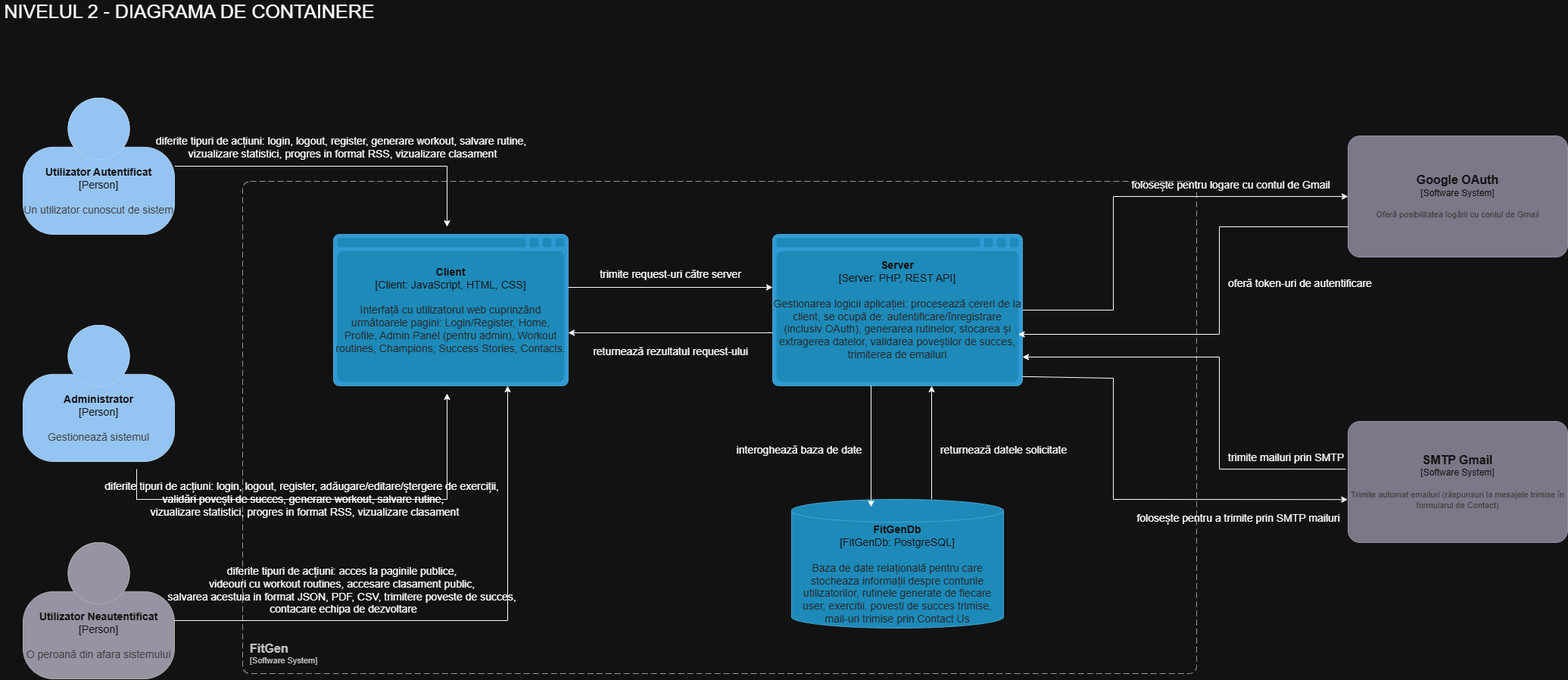
This is C4_diagrams/nivelul2.png from A-2WorkoutWebGenerator/A-2WorkoutWebGenerator, a draw.io export, as it was before one commit. Source tidied: cells renumbered, new cells last; positions are measured from the earlier drawing's top-left corner, leaving out a move shared by most shapes. Its diagram source:
```xml
<mxGraphModel>
  <root>
    <mxCell id="0" />
    <mxCell id="1" parent="0" />
    <mxCell id="2" value="NIVELUL 2 - DIAGRAMA DE CONTAINERE" style="text;html=1;align=center;verticalAlign=middle;whiteSpace=wrap;rounded=0;fontSize=25;" parent="1" vertex="1">
      <mxGeometry width="500" height="30" as="geometry" />
    </mxCell>
    <object id="3" label="&lt;font style=&quot;font-size: 16px&quot;&gt;&lt;b&gt;&lt;div style=&quot;text-align: left&quot;&gt;%c4Name%&lt;/div&gt;&lt;/b&gt;&lt;/font&gt;&lt;div style=&quot;text-align: left&quot;&gt;[%c4Application%]&lt;/div&gt;" c4Application="Software System" c4Name="FitGen" c4Type="SystemScopeBoundary" placeholders="1">
      <mxCell style="rounded=1;fontSize=11;whiteSpace=wrap;html=1;dashed=1;arcSize=20;fillColor=none;strokeColor=#666666;fontColor=#333333;labelBackgroundColor=none;align=left;verticalAlign=bottom;labelBorderColor=none;spacingTop=0;spacing=10;dashPattern=8 4;perimeter=rectanglePerimeter;noLabel=0;labelPadding=0;absoluteArcSize=1;" parent="1" vertex="1">
        <mxGeometry x="320" y="240" width="1260" height="650" as="geometry" />
      </mxCell>
    </object>
    <object id="4" label="&lt;font&gt;&lt;b&gt;%c4Name%&lt;/b&gt;&lt;/font&gt;&lt;div&gt;[%c4Type%]&lt;/div&gt;&lt;br&gt;&lt;div&gt;&lt;font&gt;&lt;font color=&quot;#cccccc&quot;&gt;%c4Description%&lt;/font&gt;&lt;/font&gt;&lt;/div&gt;" c4Description="Un utilizator cunoscut de sistem&#10;" c4Name="Utilizator Autentificat" c4Type="Person" placeholders="1">
      <mxCell style="html=1;fontSize=14;dashed=0;whiteSpace=wrap;fillColor=#083F75;strokeColor=#06315C;fontColor=#ffffff;shape=mxgraph.c4.person2;align=center;points=[[0.5,0,0],[1,0.5,0],[1,0.75,0],[0.75,1,0],[0.5,1,0],[0.25,1,0],[0,0.75,0],[0,0.5,0]];" parent="1" vertex="1">
        <mxGeometry x="30" y="130" width="200" height="180" as="geometry" />
      </mxCell>
    </object>
    <object id="5" label="&lt;font&gt;&lt;b&gt;%c4Name%&lt;/b&gt;&lt;/font&gt;&lt;div&gt;[%c4Type%]&lt;/div&gt;&lt;br&gt;&lt;div&gt;&lt;font&gt;&lt;font color=&quot;#cccccc&quot;&gt;%c4Description%&lt;/font&gt;&lt;/font&gt;&lt;/div&gt;" c4Description="Gestionează sistemul" c4Name="Administrator" c4Type="Person" placeholders="1">
      <mxCell style="html=1;fontSize=14;dashed=0;whiteSpace=wrap;fillColor=#083F75;strokeColor=#06315C;fontColor=#ffffff;shape=mxgraph.c4.person2;align=center;" parent="1" vertex="1">
        <mxGeometry x="30" y="430" width="200" height="180" as="geometry" />
      </mxCell>
    </object>
    <object id="6" label="&lt;font&gt;&lt;b&gt;%c4Name%&lt;/b&gt;&lt;/font&gt;&lt;div&gt;[%c4Type%]&lt;/div&gt;&lt;br&gt;&lt;div&gt;&lt;font&gt;&lt;font color=&quot;#cccccc&quot;&gt;%c4Description%&lt;/font&gt;&lt;/font&gt;&lt;/div&gt;" c4Description="O peroană din afara sistemului" c4Name="Utilizator Neautentificat" c4Type="Person" placeholders="1">
      <mxCell style="html=1;fontSize=14;dashed=0;whiteSpace=wrap;fillColor=#6C6477;strokeColor=#4D4D4D;fontColor=#ffffff;shape=mxgraph.c4.person2;align=center;" parent="1" vertex="1">
        <mxGeometry x="30" y="717" width="200" height="180" as="geometry" />
      </mxCell>
    </object>
    <object id="7" label="&lt;font&gt;&lt;b&gt;%c4Name%&lt;/b&gt;&lt;/font&gt;&lt;div&gt;[%c4Type%:&amp;nbsp;%c4Technology%]&lt;/div&gt;&lt;br&gt;&lt;div&gt;&lt;font&gt;&lt;font color=&quot;#E6E6E6&quot;&gt;%c4Description%&lt;/font&gt;&lt;/font&gt;&lt;/div&gt;" c4Description="Interfață cu utilizatorul web cuprinzând următoarele pagini: Login/Register, Home, Profile, Admin Panel (pentru admin), Workout routines, Champions, Success Stories, Contacts." c4Name="Client" c4Technology="JavaScript, HTML, CSS" c4Type="Client" placeholders="1">
      <mxCell style="shape=mxgraph.c4.webBrowserContainer2;whiteSpace=wrap;html=1;boundedLbl=1;rounded=0;labelBackgroundColor=none;strokeColor=#118ACD;fillColor=#23A2D9;strokeColor=#118ACD;strokeColor2=#0E7DAD;fontSize=14;fontColor=#ffffff;align=center;" parent="1" vertex="1">
        <mxGeometry x="440" y="310" width="310" height="200" as="geometry" />
      </mxCell>
    </object>
    <object id="8" label="&lt;font&gt;&lt;b&gt;%c4Name%&lt;/b&gt;&lt;/font&gt;&lt;div&gt;[%c4Type%:&amp;nbsp;%c4Technology%]&lt;/div&gt;&lt;br&gt;&lt;div&gt;&lt;font&gt;&lt;font color=&quot;#E6E6E6&quot;&gt;%c4Description%&lt;/font&gt;&lt;/font&gt;&lt;/div&gt;" c4Description="Gestionarea logicii aplicației: procesează cereri de la client, se ocupă de: autentificare/înregistrare (inclusiv OAuth), generarea rutinelor, stocarea și extragerea datelor, validarea poveștilor de succes, trimiterea de emailuri" c4Name="Server" c4Technology="PHP, REST API" c4Type="Server" placeholders="1">
      <mxCell style="shape=mxgraph.c4.webBrowserContainer2;whiteSpace=wrap;html=1;boundedLbl=1;rounded=0;labelBackgroundColor=none;strokeColor=#118ACD;fillColor=#23A2D9;strokeColor=#118ACD;strokeColor2=#0E7DAD;fontSize=14;fontColor=#ffffff;align=center;points=[[0.5,0,0],[1,0.25,0],[1,0.5,0],[1,0.75,0],[0.5,1,0],[0,0.75,0],[0,0.5,0],[0,0.25,0]];" parent="1" vertex="1">
        <mxGeometry x="1020" y="310" width="330" height="200" as="geometry" />
      </mxCell>
    </object>
    <object id="9" label="&lt;font&gt;&lt;b&gt;%c4Name%&lt;/b&gt;&lt;/font&gt;&lt;div&gt;[%c4Type%:&amp;nbsp;%c4Technology%]&lt;/div&gt;&lt;br&gt;&lt;div&gt;&lt;font&gt;&lt;font color=&quot;#E6E6E6&quot;&gt;%c4Description%&lt;/font&gt;&lt;/font&gt;&lt;/div&gt;" c4Description="Baza de date relațională pentru care stocheaza informații despre conturile utilizatorilor, rutinele generate de fiecare user, exercitii, povesti de succes trimise, mail-uri trimise prin Contact Us" c4Name="FitGenDb" c4Technology="PostgreSQL" c4Type="FitGenDb" placeholders="1">
      <mxCell style="shape=cylinder3;size=15;whiteSpace=wrap;html=1;boundedLbl=1;rounded=0;labelBackgroundColor=none;fillColor=#23A2D9;fontSize=14;fontColor=#ffffff;align=center;strokeColor=#0E7DAD;" parent="1" vertex="1">
        <mxGeometry x="1045" y="660" width="280" height="170" as="geometry" />
      </mxCell>
    </object>
    <mxCell id="10" style="endArrow=classic;html=1;rounded=0;" parent="1" edge="1">
      <mxGeometry relative="1" as="geometry">
        <mxPoint x="750" y="380" as="sourcePoint" />
        <mxPoint x="1020" y="380" as="targetPoint" />
      </mxGeometry>
    </mxCell>
    <mxCell id="11" style="endArrow=classic;html=1;rounded=0;" parent="1" edge="1">
      <mxGeometry relative="1" as="geometry">
        <mxPoint x="1020" y="440" as="sourcePoint" />
        <mxPoint x="750" y="440" as="targetPoint" />
      </mxGeometry>
    </mxCell>
    <mxCell id="12" value="&lt;font style=&quot;font-size: 14px;&quot;&gt;trimite request-uri către server&lt;/font&gt;" style="text;html=1;align=center;verticalAlign=middle;strokeColor=none;fillColor=none;" parent="1" vertex="1">
      <mxGeometry x="780" y="348" width="210" height="30" as="geometry" />
    </mxCell>
    <mxCell id="13" value="&lt;font style=&quot;font-size: 14px;&quot;&gt;returnează rezultatul request-ului&lt;/font&gt;" style="text;html=1;align=center;verticalAlign=middle;strokeColor=none;fillColor=none;" parent="1" vertex="1">
      <mxGeometry x="770" y="450" width="230" height="30" as="geometry" />
    </mxCell>
    <mxCell id="14" style="endArrow=classic;html=1;rounded=0;" parent="1" edge="1">
      <mxGeometry relative="1" as="geometry">
        <mxPoint x="1150" y="510" as="sourcePoint" />
        <mxPoint x="1150" y="670" as="targetPoint" />
      </mxGeometry>
    </mxCell>
    <mxCell id="15" style="endArrow=classic;html=1;rounded=0;" parent="1" edge="1">
      <mxGeometry relative="1" as="geometry">
        <mxPoint x="1230" y="660" as="sourcePoint" />
        <mxPoint x="1230" y="510" as="targetPoint" />
      </mxGeometry>
    </mxCell>
    <mxCell id="16" value="&lt;font style=&quot;font-size: 14px;&quot;&gt;interoghează baza de date&lt;/font&gt;" style="text;html=1;align=center;verticalAlign=middle;strokeColor=none;fillColor=none;" parent="1" vertex="1">
      <mxGeometry x="960" y="580" width="190" height="30" as="geometry" />
    </mxCell>
    <mxCell id="17" value="&lt;font style=&quot;font-size: 14px;&quot;&gt;returnează datele solicitate&lt;/font&gt;" style="text;html=1;align=center;verticalAlign=middle;strokeColor=none;fillColor=none;" parent="1" vertex="1">
      <mxGeometry x="1230" y="580" width="190" height="30" as="geometry" />
    </mxCell>
    <mxCell id="18" style="endArrow=classic;html=1;rounded=0;exitX=1;exitY=0.5;exitDx=0;exitDy=0;exitPerimeter=0;" parent="1" edge="1" source="4">
      <mxGeometry relative="1" as="geometry">
        <mxPoint x="590" y="300" as="targetPoint" />
        <Array as="points">
          <mxPoint x="590" y="220" />
        </Array>
      </mxGeometry>
    </mxCell>
    <mxCell id="19" value="&lt;font style=&quot;font-size: 14px;&quot;&gt;diferite tipuri de acțiuni: login, logout, register,&lt;/font&gt;&lt;span style=&quot;font-size: 14px; background-color: transparent; color: light-dark(rgb(0, 0, 0), rgb(255, 255, 255));&quot;&gt;&amp;nbsp;generare workout, salvare rutine,&lt;/span&gt;&lt;div&gt;&lt;div&gt;&lt;font style=&quot;font-size: 14px;&quot;&gt;&amp;nbsp;vizualizare statistici, progres in format RSS, vizualizare clasament&lt;/font&gt;&lt;/div&gt;&lt;/div&gt;" style="text;html=1;align=center;verticalAlign=middle;strokeColor=none;fillColor=none;" parent="1" vertex="1">
      <mxGeometry x="195" y="170" width="510" height="50" as="geometry" />
    </mxCell>
    <mxCell id="20" style="endArrow=classic;html=1;rounded=0;" parent="1" edge="1">
      <mxGeometry relative="1" as="geometry">
        <mxPoint x="180" y="620" as="sourcePoint" />
        <mxPoint x="590" y="520" as="targetPoint" />
        <Array as="points">
          <mxPoint x="180" y="660" />
          <mxPoint x="590" y="660" />
        </Array>
      </mxGeometry>
    </mxCell>
    <mxCell id="21" value="&lt;font style=&quot;font-size: 14px;&quot;&gt;diferite tipuri de acțiuni: login, logout, register, adăugare/editare/ștergere de exerciții,&amp;nbsp;&lt;/font&gt;&lt;div&gt;&lt;font style=&quot;font-size: 14px;&quot;&gt;validări povești de succes, generare workout, salvare rutine,&lt;/font&gt;&lt;div&gt;&lt;font style=&quot;font-size: 14px;&quot;&gt;&amp;nbsp;vizualizare statistici, progres in format RSS, vizualizare clasament&lt;/font&gt;&lt;/div&gt;&lt;/div&gt;" style="text;html=1;align=center;verticalAlign=middle;strokeColor=none;fillColor=none;" parent="1" vertex="1">
      <mxGeometry x="230" y="630" width="340" height="60" as="geometry" />
    </mxCell>
    <mxCell id="22" style="endArrow=classic;html=1;rounded=0;" parent="1" edge="1">
      <mxGeometry relative="1" as="geometry">
        <mxPoint x="230" y="820" as="sourcePoint" />
        <mxPoint x="670" y="510" as="targetPoint" />
        <Array as="points">
          <mxPoint x="670" y="820" />
        </Array>
      </mxGeometry>
    </mxCell>
    <mxCell id="23" value="&lt;font style=&quot;font-size: 14px;&quot;&gt;diferite tipuri de acțiuni: acces la paginile publice,&amp;nbsp;&lt;/font&gt;&lt;div&gt;&lt;font style=&quot;font-size: 14px;&quot;&gt;videouri cu workout routines, accesare clasament public,&amp;nbsp;&lt;/font&gt;&lt;div&gt;&lt;font style=&quot;font-size: 14px;&quot;&gt;salvarea acestuia in format JSON, PDF, CSV, trimitere poveste de succes,&amp;nbsp;&lt;/font&gt;&lt;/div&gt;&lt;div&gt;&lt;font style=&quot;font-size: 14px;&quot;&gt;contacare echipa de dezvoltare&lt;/font&gt;&lt;/div&gt;&lt;/div&gt;" style="text;html=1;align=center;verticalAlign=middle;strokeColor=none;fillColor=none;" parent="1" vertex="1">
      <mxGeometry x="230" y="740" width="445" height="80" as="geometry" />
    </mxCell>
    <object id="24" label="&lt;font style=&quot;font-size: 16px&quot;&gt;&lt;b&gt;%c4Name%&lt;/b&gt;&lt;/font&gt;&lt;div&gt;[%c4Type%]&lt;/div&gt;&lt;br&gt;&lt;div&gt;&lt;font style=&quot;font-size: 11px&quot;&gt;&lt;font color=&quot;#cccccc&quot;&gt;%c4Description%&lt;/font&gt;&lt;/div&gt;" c4Description="Oferă posibilitatea logării cu contul de Gmail" c4Name="Google OAuth" c4Type="Software System" placeholders="1">
      <mxCell style="rounded=1;whiteSpace=wrap;html=1;labelBackgroundColor=none;fillColor=#8C8496;fontColor=#ffffff;align=center;arcSize=10;strokeColor=#736782;points=[[0.25,0,0],[0.5,0,0],[0.75,0,0],[1,0.25,0],[1,0.5,0],[1,0.75,0],[0.75,1,0],[0.5,1,0],[0.25,1,0],[0,0.75,0],[0,0.5,0],[0,0.25,0]];" parent="1" vertex="1">
        <mxGeometry x="1780" y="180" width="290" height="160" as="geometry" />
      </mxCell>
    </object>
    <object id="25" label="&lt;font style=&quot;font-size: 16px&quot;&gt;&lt;b&gt;%c4Name%&lt;/b&gt;&lt;/font&gt;&lt;div&gt;[%c4Type%]&lt;/div&gt;&lt;br&gt;&lt;div&gt;&lt;font style=&quot;font-size: 11px&quot;&gt;&lt;font color=&quot;#cccccc&quot;&gt;%c4Description%&lt;/font&gt;&lt;/div&gt;" c4Description="Trimite automat emailuri (răspunsuri la mesajele trimise în formularul de Contact)" c4Name="SMTP Gmail" c4Type="Software System" placeholders="1">
      <mxCell style="rounded=1;whiteSpace=wrap;html=1;labelBackgroundColor=none;fillColor=#8C8496;fontColor=#ffffff;align=center;arcSize=10;strokeColor=#736782;points=[[0.25,0,0],[0.5,0,0],[0.75,0,0],[1,0.25,0],[1,0.5,0],[1,0.75,0],[0.75,1,0],[0.5,1,0],[0.25,1,0],[0,0.75,0],[0,0.5,0],[0,0.25,0]];" parent="1" vertex="1">
        <mxGeometry x="1780" y="557" width="290" height="160" as="geometry" />
      </mxCell>
    </object>
    <mxCell id="26" style="endArrow=classic;html=1;rounded=0;entryX=0;entryY=0.5;entryDx=0;entryDy=0;entryPerimeter=0;" parent="1" edge="1" target="24">
      <mxGeometry relative="1" as="geometry">
        <mxPoint x="1350" y="410" as="sourcePoint" />
        <Array as="points">
          <mxPoint x="1470" y="410" />
          <mxPoint x="1470" y="260" />
        </Array>
      </mxGeometry>
    </mxCell>
    <mxCell id="27" style="endArrow=classic;html=1;rounded=0;entryX=-0.002;entryY=0.645;entryDx=0;entryDy=0;entryPerimeter=0;" parent="1" edge="1" target="25">
      <mxGeometry relative="1" as="geometry">
        <mxPoint x="1350" y="497.8" as="sourcePoint" />
        <Array as="points">
          <mxPoint x="1470" y="500" />
          <mxPoint x="1470" y="660" />
        </Array>
      </mxGeometry>
    </mxCell>
    <mxCell id="28" value="&lt;font style=&quot;font-size: 14px;&quot;&gt;folosește pentru logare cu contul de Gmail&lt;/font&gt;" style="text;html=1;align=center;verticalAlign=middle;strokeColor=none;fillColor=none;" parent="1" vertex="1">
      <mxGeometry x="1480" y="230" width="290" height="30" as="geometry" />
    </mxCell>
    <mxCell id="29" value="&lt;font style=&quot;font-size: 14px;&quot;&gt;folosește pentru a trimite prin SMTP mailuri&lt;/font&gt;" style="text;html=1;align=center;verticalAlign=middle;strokeColor=none;fillColor=none;" parent="1" vertex="1">
      <mxGeometry x="1490" y="670" width="290" height="30" as="geometry" />
    </mxCell>
    <mxCell id="30" value="&lt;font style=&quot;font-size: 14px;&quot;&gt;oferă token-uri de autentificare&lt;/font&gt;" style="text;whiteSpace=wrap;html=1;" parent="1" vertex="1">
      <mxGeometry x="1620" y="360" width="200" height="40" as="geometry" />
    </mxCell>
    <mxCell id="31" style="endArrow=classic;html=1;rounded=0;exitX=0;exitY=0.75;exitDx=0;exitDy=0;exitPerimeter=0;entryX=0.983;entryY=0.66;entryDx=0;entryDy=0;entryPerimeter=0;" parent="1" edge="1" source="24" target="8">
      <mxGeometry relative="1" as="geometry">
        <Array as="points">
          <mxPoint x="1610" y="300" />
          <mxPoint x="1610" y="442" />
        </Array>
      </mxGeometry>
    </mxCell>
    <mxCell id="32" style="endArrow=classic;html=1;rounded=0;entryX=0.983;entryY=0.66;entryDx=0;entryDy=0;entryPerimeter=0;" parent="1" edge="1">
      <mxGeometry relative="1" as="geometry">
        <mxPoint x="1777" y="620" as="sourcePoint" />
        <mxPoint x="1350" y="472" as="targetPoint" />
        <Array as="points">
          <mxPoint x="1610" y="620" />
          <mxPoint x="1610" y="472" />
        </Array>
      </mxGeometry>
    </mxCell>
    <mxCell id="33" value="&lt;font style=&quot;font-size: 14px;&quot;&gt;trimite mailuri prin SMTP&lt;/font&gt;" style="text;whiteSpace=wrap;html=1;" parent="1" vertex="1">
      <mxGeometry x="1620" y="590" width="200" height="40" as="geometry" />
    </mxCell>
  </root>
</mxGraphModel>
```
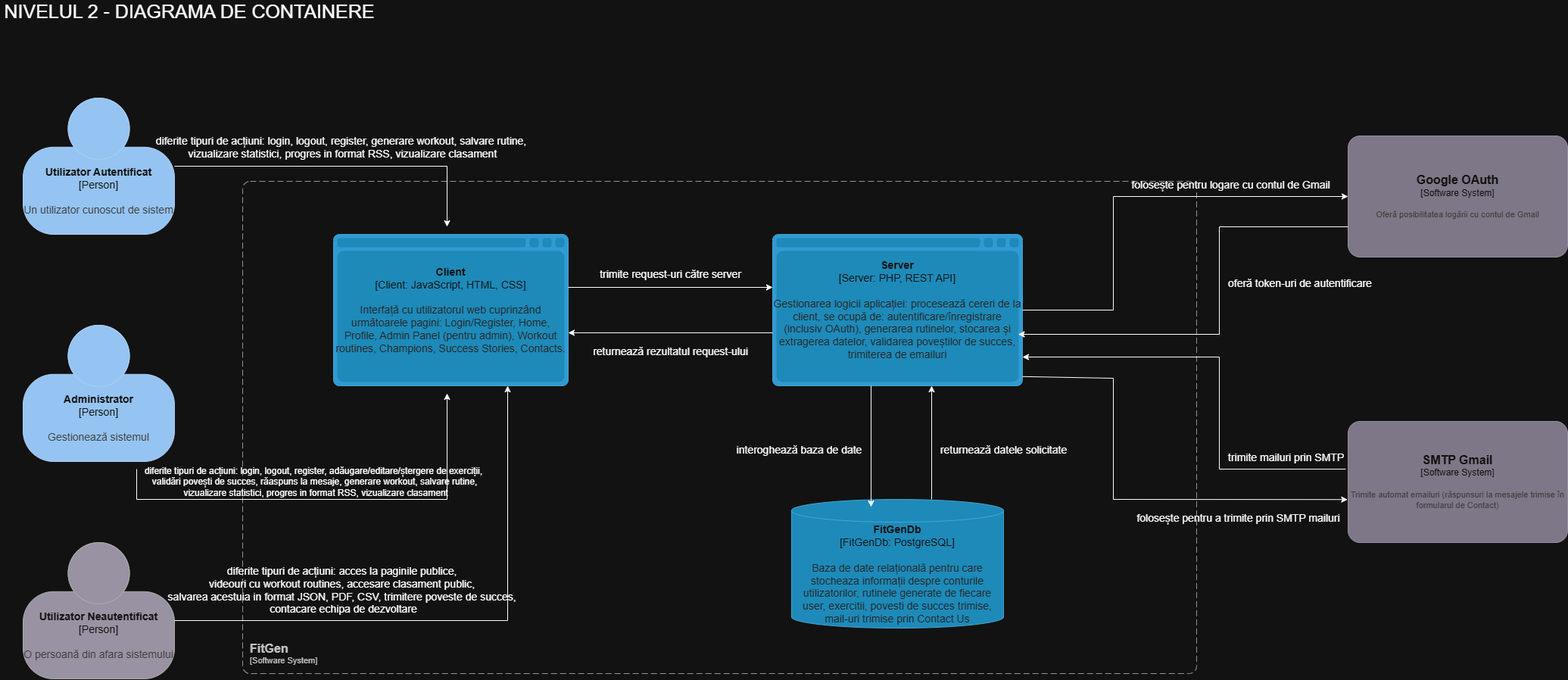
Above is the later version.

Commit message:
diagrama C4 nivelul 2 corectata

Change to the diagram source:
```diff
@@ -20,7 +20,7 @@
         <mxGeometry x="30" y="430" width="200" height="180" as="geometry" />
       </mxCell>
     </object>
-    <object id="6" label="&lt;font&gt;&lt;b&gt;%c4Name%&lt;/b&gt;&lt;/font&gt;&lt;div&gt;[%c4Type%]&lt;/div&gt;&lt;br&gt;&lt;div&gt;&lt;font&gt;&lt;font color=&quot;#cccccc&quot;&gt;%c4Description%&lt;/font&gt;&lt;/font&gt;&lt;/div&gt;" c4Description="O peroană din afara sistemului" c4Name="Utilizator Neautentificat" c4Type="Person" placeholders="1">
+    <object id="6" label="&lt;font&gt;&lt;b&gt;%c4Name%&lt;/b&gt;&lt;/font&gt;&lt;div&gt;[%c4Type%]&lt;/div&gt;&lt;br&gt;&lt;div&gt;&lt;font&gt;&lt;font color=&quot;#cccccc&quot;&gt;%c4Description%&lt;/font&gt;&lt;/font&gt;&lt;/div&gt;" c4Description="O persoană din afara sistemului" c4Name="Utilizator Neautentificat" c4Type="Person" placeholders="1">
       <mxCell style="html=1;fontSize=14;dashed=0;whiteSpace=wrap;fillColor=#6C6477;strokeColor=#4D4D4D;fontColor=#ffffff;shape=mxgraph.c4.person2;align=center;" parent="1" vertex="1">
         <mxGeometry x="30" y="717" width="200" height="180" as="geometry" />
       </mxCell>
@@ -97,8 +97,8 @@
         </Array>
       </mxGeometry>
     </mxCell>
-    <mxCell id="21" value="&lt;font style=&quot;font-size: 14px;&quot;&gt;diferite tipuri de acțiuni: login, logout, register, adăugare/editare/ștergere de exerciții,&amp;nbsp;&lt;/font&gt;&lt;div&gt;&lt;font style=&quot;font-size: 14px;&quot;&gt;validări povești de succes, generare workout, salvare rutine,&lt;/font&gt;&lt;div&gt;&lt;font style=&quot;font-size: 14px;&quot;&gt;&amp;nbsp;vizualizare statistici, progres in format RSS, vizualizare clasament&lt;/font&gt;&lt;/div&gt;&lt;/div&gt;" style="text;html=1;align=center;verticalAlign=middle;strokeColor=none;fillColor=none;" parent="1" vertex="1">
-      <mxGeometry x="230" y="630" width="340" height="60" as="geometry" />
+    <mxCell id="21" value="&lt;font&gt;diferite tipuri de acțiuni: login, logout, register, adăugare/editare/ștergere de exerciții,&amp;nbsp;&lt;/font&gt;&lt;div&gt;&lt;font&gt;validări povești de succes, răaspuns la mesaje, generare workout, salvare rutine,&lt;/font&gt;&lt;div&gt;&lt;font&gt;&amp;nbsp;vizualizare statistici, progres in format RSS, vizualizare clasament&lt;/font&gt;&lt;/div&gt;&lt;/div&gt;" style="text;html=1;align=center;verticalAlign=middle;strokeColor=none;fillColor=none;" parent="1" vertex="1">
+      <mxGeometry x="180" y="607" width="470" height="60" as="geometry" />
     </mxCell>
     <mxCell id="22" style="endArrow=classic;html=1;rounded=0;" parent="1" edge="1">
       <mxGeometry relative="1" as="geometry">
```
